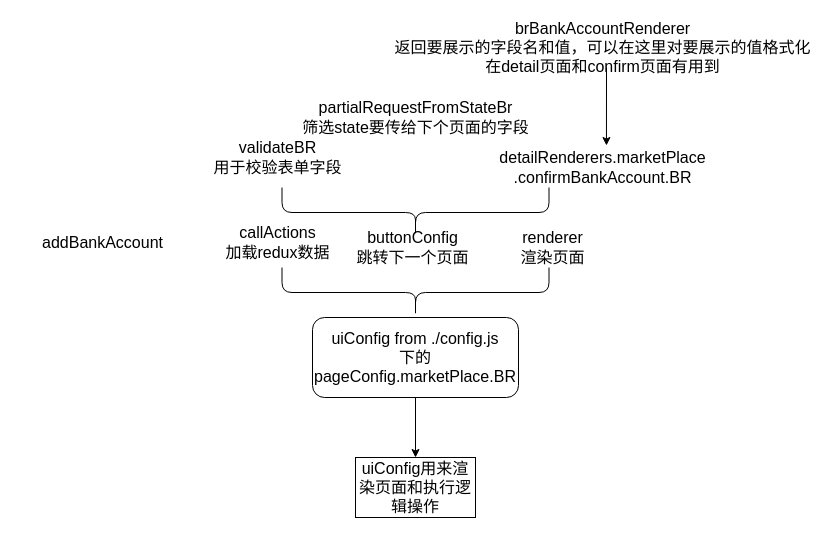
Earlier version of the draw.io diagram RN-addba-flow.drawio (cguank/-). Source tidied: cells renumbered, new cells numbered last; positions are measured from the earlier drawing's top-left corner, leaving out a move shared by most shapes. Both pictures are drawn from the tidied source at 100%, with x=0, y=0 at pixel (32, 17).
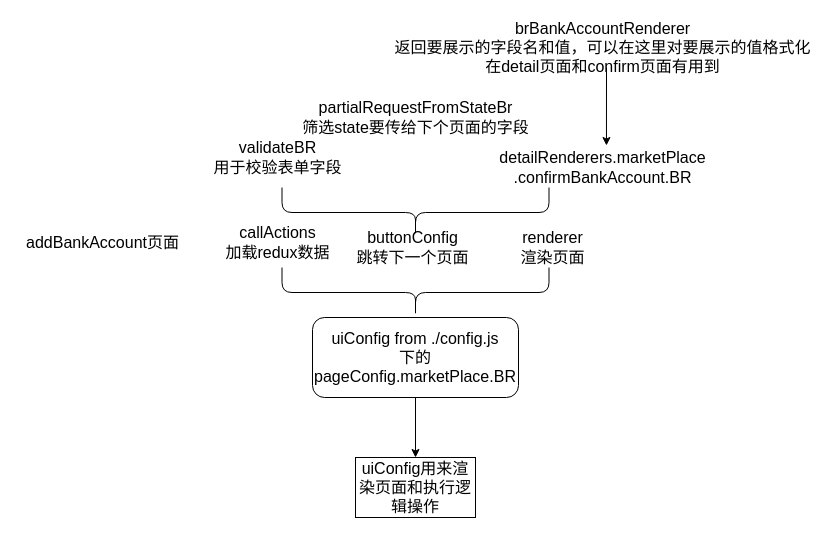
After the change.

Diff of the diagram source:
```diff
@@
 <mxGraphModel>
   <root>
     <mxCell id="0" />
     <mxCell id="1" parent="0" />
     <mxCell id="2" value="uiConfig用来渲染页面和执行逻辑操作" style="rounded=0;whiteSpace=wrap;html=1;fontSize=16;fillColor=none;" parent="1" vertex="1">
       <mxGeometry x="323" y="440" width="120" height="60" as="geometry" />
     </mxCell>
     <mxCell id="3" style="edgeStyle=orthogonalEdgeStyle;rounded=0;jettySize=auto;html=1;fontSize=16;" parent="1" edge="1" source="4" target="2">
       <mxGeometry relative="1" as="geometry" />
     </mxCell>
     <mxCell id="4" value="uiConfig from ./config.js&lt;br style=&quot;font-size: 16px;&quot;&gt;下的pageConfig.marketPlace.BR" style="rounded=1;whiteSpace=wrap;html=1;fontSize=16;fillColor=none;" parent="1" vertex="1">
       <mxGeometry x="280" y="300" width="206" height="80" as="geometry" />
     </mxCell>
     <mxCell id="5" style="shape=curlyBracket;whiteSpace=wrap;html=1;rounded=1;flipH=1;direction=north;fontSize=16;" parent="1" vertex="1">
       <mxGeometry x="249.5" y="250" width="267" height="50" as="geometry" />
     </mxCell>
     <mxCell id="6" value="callActions&lt;br style=&quot;font-size: 16px;&quot;&gt;加载redux数据" style="text;html=1;align=center;verticalAlign=middle;strokeColor=none;fillColor=none;fontSize=16;" parent="1" vertex="1">
       <mxGeometry x="185" y="205" width="120" height="40" as="geometry" />
     </mxCell>
     <mxCell id="7" value="buttonConfig&lt;br&gt;跳转下一个页面" style="text;html=1;align=center;verticalAlign=middle;strokeColor=none;fillColor=none;fontSize=16;" parent="1" vertex="1">
       <mxGeometry x="315" y="210" width="130" height="40" as="geometry" />
     </mxCell>
     <mxCell id="8" value="renderer&lt;br&gt;渲染页面" style="text;html=1;align=center;verticalAlign=middle;strokeColor=none;fillColor=none;fontSize=16;" parent="1" vertex="1">
       <mxGeometry x="480" y="210" width="80" height="40" as="geometry" />
     </mxCell>
     <mxCell id="9" style="shape=curlyBracket;whiteSpace=wrap;html=1;rounded=1;flipH=1;direction=north;fontSize=16;" parent="1" vertex="1">
       <mxGeometry x="249.5" y="170" width="267" height="50" as="geometry" />
     </mxCell>
     <mxCell id="10" value="validateBR&lt;br&gt;用于校验表单字段" style="text;html=1;align=center;verticalAlign=middle;strokeColor=none;fillColor=none;fontSize=16;" parent="1" vertex="1">
       <mxGeometry x="175" y="120" width="140" height="40" as="geometry" />
     </mxCell>
     <mxCell id="11" value="partialRequestFromStateBr&lt;br&gt;筛选state要传给下个页面的字段" style="text;html=1;align=center;verticalAlign=middle;strokeColor=none;fillColor=none;fontSize=16;" parent="1" vertex="1">
       <mxGeometry x="263" y="80" width="240" height="40" as="geometry" />
     </mxCell>
     <mxCell id="12" value="detailRenderers.marketPlace&lt;br&gt;.confirmBankAccount.BR" style="text;html=1;align=center;verticalAlign=middle;points=[];strokeColor=none;fillColor=none;fontSize=16;" parent="1" vertex="1">
       <mxGeometry x="460" y="130" width="220" height="40" as="geometry" />
     </mxCell>
     <mxCell id="13" style="endArrow=classic;html=1;fontSize=16;entryX=0.518;entryY=-0.05;entryDx=0;entryDy=0;entryPerimeter=0;" parent="1" edge="1" target="12">
       <mxGeometry relative="1" as="geometry">
         <mxPoint x="574" y="50" as="sourcePoint" />
       </mxGeometry>
     </mxCell>
     <mxCell id="14" value="brBankAccountRenderer&lt;br&gt;返回要展示的字段名和值，可以在这里对要展示的值格式化&lt;br&gt;在detail页面和confirm页面有用到" style="text;html=1;align=center;verticalAlign=middle;strokeColor=none;fillColor=none;fontSize=16;" parent="1" vertex="1">
       <mxGeometry x="355" width="430" height="60" as="geometry" />
     </mxCell>
-    <mxCell id="15" value="addBankAccount" style="text;html=1;align=center;verticalAlign=middle;strokeColor=none;fillColor=none;fontSize=16;" parent="1" vertex="1">
-      <mxGeometry y="215" width="140" height="20" as="geometry" />
+    <mxCell id="15" value="addBankAccount页面" style="text;html=1;align=center;verticalAlign=middle;strokeColor=none;fillColor=none;fontSize=16;" parent="1" vertex="1">
+      <mxGeometry x="-15" y="215" width="170" height="20" as="geometry" />
     </mxCell>
   </root>
 </mxGraphModel>
```
